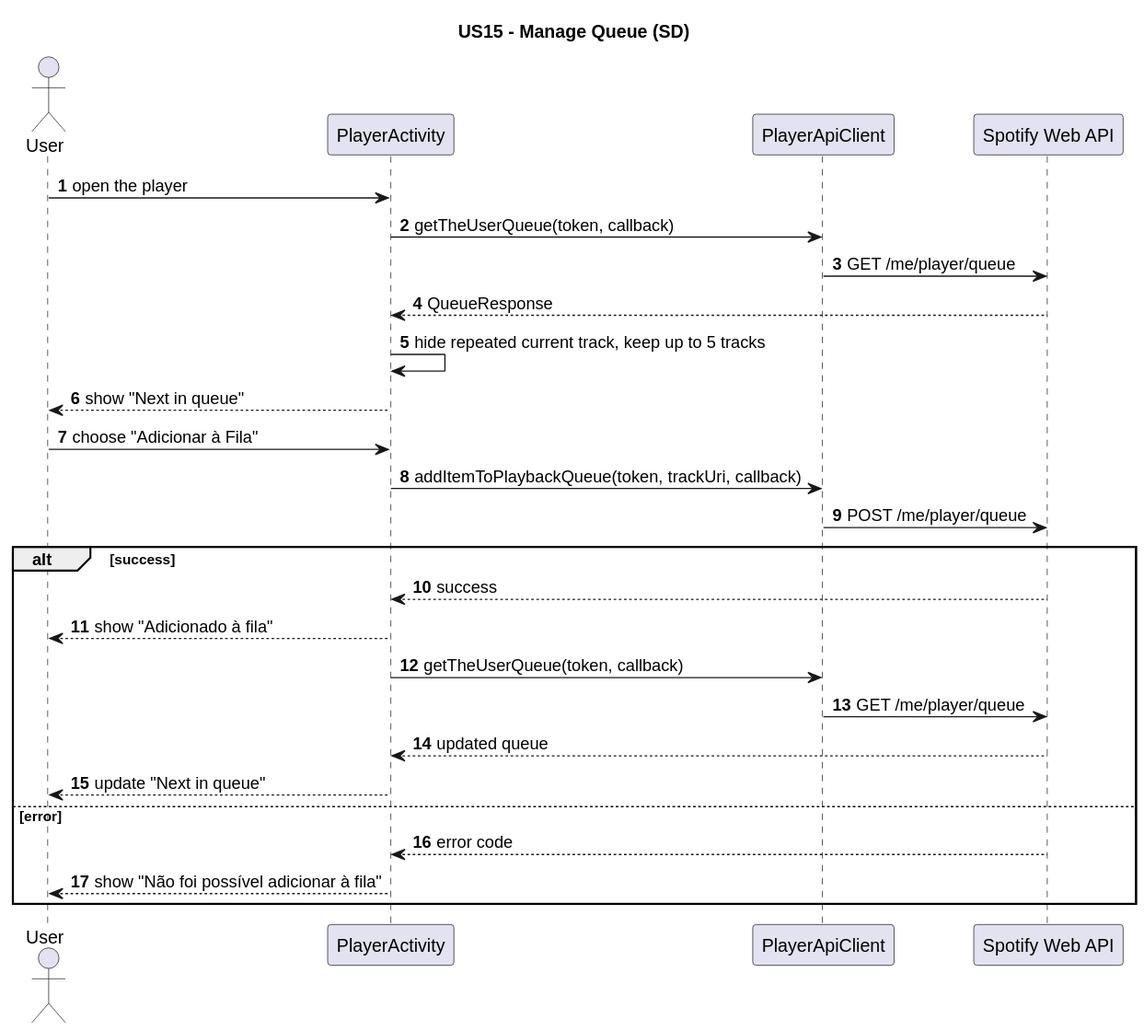
This is docs/SSD_SD/SD/US15-ManageQueue-SD.svg from ricki0031/DSSMV_ProjectDroid_1211322_1211339, a PlantUML export, as it was before one commit.
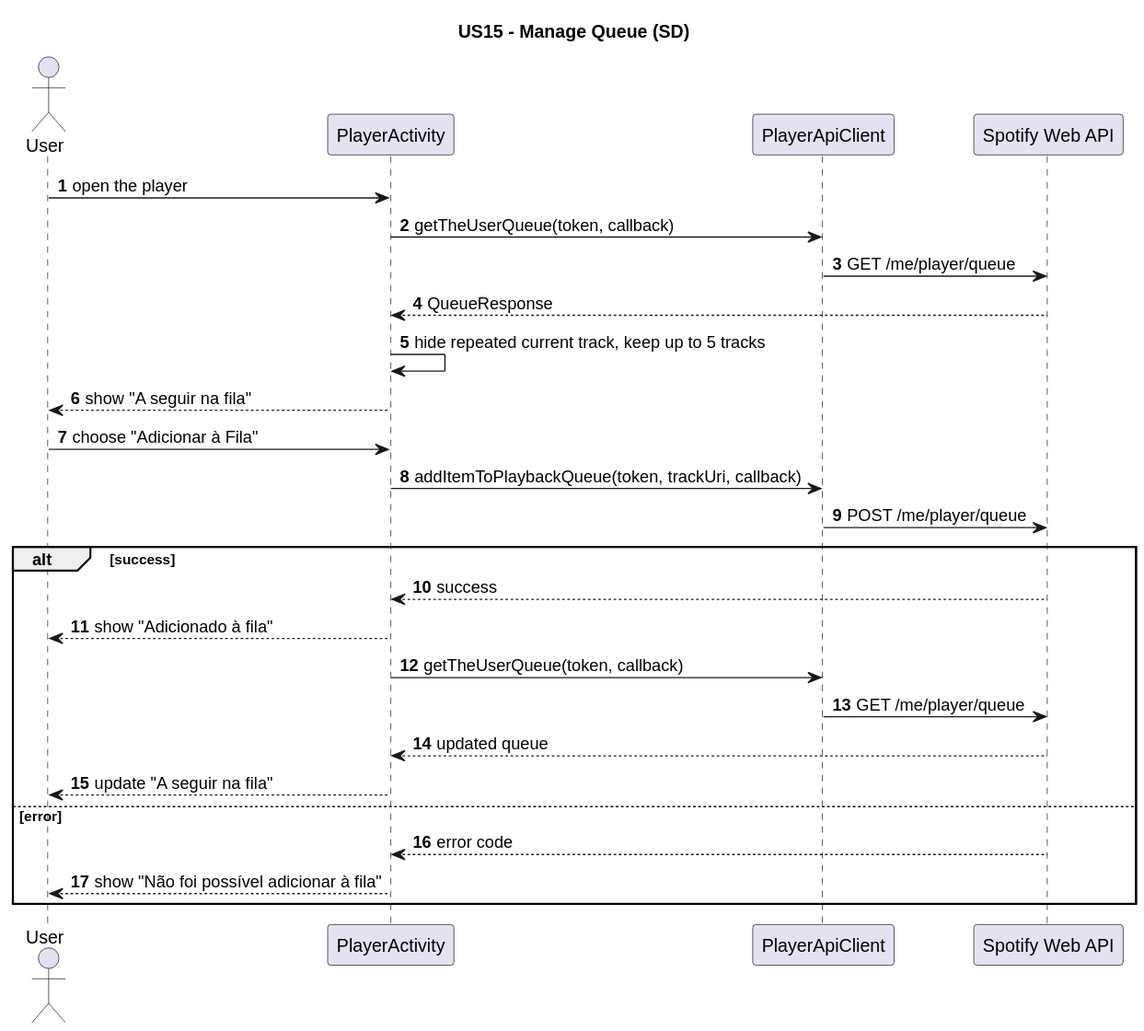
After the change.

Change to the diagram source:
```diff
@@ -13,7 +13,7 @@
 Player -> Spotify: GET /me/player/queue
 Spotify --> Activity: QueueResponse
 Activity -> Activity: hide repeated current track, keep up to 5 tracks
-Activity --> User: show "Next in queue"
+Activity --> User: show "A seguir na fila"
 
 User -> Activity: choose "Adicionar à Fila"
 Activity -> Player: addItemToPlaybackQueue(token, trackUri, callback)
@@ -25,7 +25,7 @@
     Activity -> Player: getTheUserQueue(token, callback)
     Player -> Spotify: GET /me/player/queue
     Spotify --> Activity: updated queue
-    Activity --> User: update "Next in queue"
+    Activity --> User: update "A seguir na fila"
 else error
     Spotify --> Activity: error code
     Activity --> User: show "Não foi possível adicionar à fila"
```
